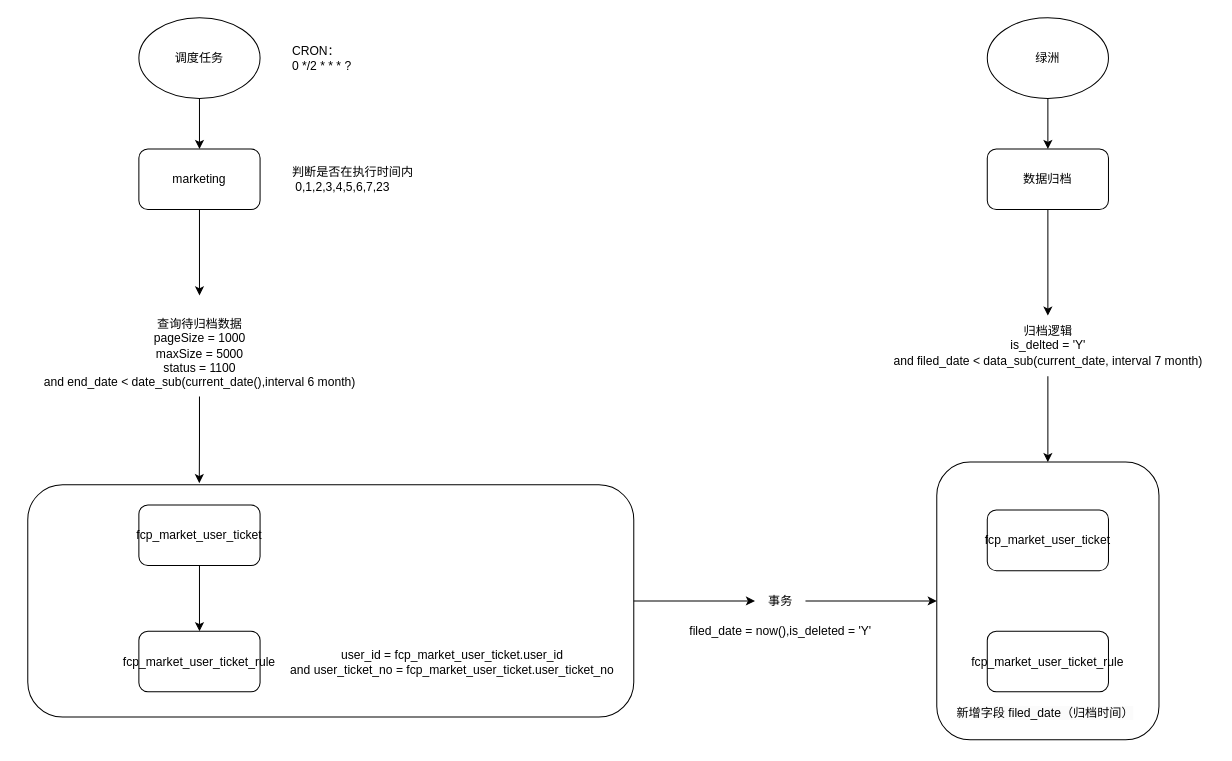
This is marketing/用户券归档JOB/job.drawio from gjie1991/draw, a draw.io file, before an edit. Source tidied: cells renumbered, new cells numbered last; positions are measured from the earlier drawing's top-left corner, leaving out a move shared by most shapes. Both pictures are drawn from the tidied source at 101%, with x=0, y=0 at pixel (27, 17).
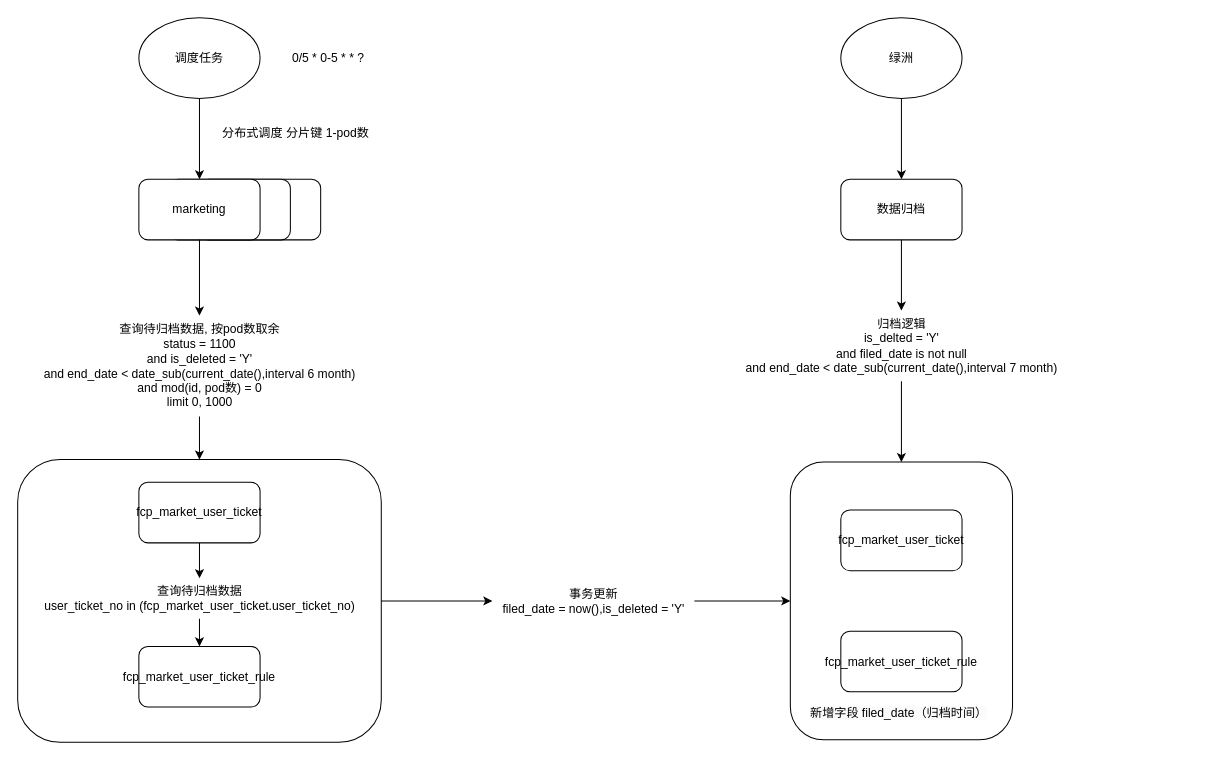
Above is the later version.

Diff of the diagram source:
```diff
@@
+    <mxCell id="29" style="rounded=1;whiteSpace=wrap;html=1;" parent="1" vertex="1">
+      <mxGeometry x="170" y="160" width="120" height="60" as="geometry" />
+    </mxCell>
+    <mxCell id="30" style="rounded=1;whiteSpace=wrap;html=1;" parent="1" vertex="1">
+      <mxGeometry x="140" y="160" width="120" height="60" as="geometry" />
+    </mxCell>
     <mxCell id="2" style="rounded=1;whiteSpace=wrap;html=1;" parent="1" vertex="1">
-      <mxGeometry y="462.5" width="600" height="230" as="geometry" />
+      <mxGeometry x="-10" y="437.5" width="360" height="280" as="geometry" />
     </mxCell>
     <mxCell id="3" style="rounded=1;whiteSpace=wrap;html=1;" parent="1" vertex="1">
-      <mxGeometry x="900" y="440" width="220" height="275" as="geometry" />
+      <mxGeometry x="755" y="440" width="220" height="275" as="geometry" />
     </mxCell>
@@
-    <mxCell id="7" value="判断是否在执行时间内&lt;br&gt;&amp;nbsp;0,1,2,3,4,5,6,7,23&amp;nbsp;" style="text;html=1;align=left;verticalAlign=middle;strokeColor=none;fillColor=none;" parent="1" vertex="1">
-      <mxGeometry x="260" y="140" width="140" height="40" as="geometry" />
-    </mxCell>
-    <mxCell id="8" style="edgeStyle=orthogonalEdgeStyle;rounded=0;jettySize=auto;html=1;entryX=0.283;entryY=-0.007;entryDx=0;entryDy=0;entryPerimeter=0;" parent="1" edge="1" source="26" target="2">
+    <mxCell id="8" style="edgeStyle=orthogonalEdgeStyle;rounded=0;jettySize=auto;html=1;entryX=0.5;entryY=0;entryDx=0;entryDy=0;" parent="1" edge="1" source="26" target="2">
       <mxGeometry relative="1" as="geometry" />
     </mxCell>
     <mxCell id="9" value="marketing" style="rounded=1;whiteSpace=wrap;html=1;" parent="1" vertex="1">
-      <mxGeometry x="110" y="130" width="120" height="60" as="geometry" />
+      <mxGeometry x="110" y="160" width="120" height="60" as="geometry" />
     </mxCell>
-    <mxCell id="10" style="edgeStyle=orthogonalEdgeStyle;rounded=0;jettySize=auto;html=1;entryX=0.5;entryY=0;entryDx=0;entryDy=0;" parent="1" edge="1" source="11" target="12">
+    <mxCell id="10" style="edgeStyle=orthogonalEdgeStyle;rounded=0;jettySize=auto;html=1;entryX=0.5;entryY=0;entryDx=0;entryDy=0;" parent="1" edge="1" source="13" target="12">
       <mxGeometry relative="1" as="geometry" />
     </mxCell>
     <mxCell id="11" value="fcp_market_user_ticket" style="rounded=1;whiteSpace=wrap;html=1;" parent="1" vertex="1">
-      <mxGeometry x="110" y="482.5" width="120" height="60" as="geometry" />
+      <mxGeometry x="110" y="460" width="120" height="60" as="geometry" />
     </mxCell>
     <mxCell id="12" value="fcp_market_user_ticket_rule" style="rounded=1;whiteSpace=wrap;html=1;" parent="1" vertex="1">
-      <mxGeometry x="110" y="607.5" width="120" height="60" as="geometry" />
+      <mxGeometry x="110" y="622.5" width="120" height="60" as="geometry" />
     </mxCell>
-    <mxCell id="13" value="user_id =&amp;nbsp;fcp_market_user_ticket.user_id&lt;br&gt;and user_ticket_no = fcp_market_user_ticket.user_ticket_no" style="text;html=1;align=center;verticalAlign=middle;points=[];strokeColor=none;fillColor=none;" parent="1" vertex="1">
-      <mxGeometry x="250" y="617.5" width="340" height="40" as="geometry" />
-    </mxCell>
     <mxCell id="14" value="fcp_market_user_ticket" style="rounded=1;whiteSpace=wrap;html=1;" parent="1" vertex="1">
-      <mxGeometry x="950" y="487.5" width="120" height="60" as="geometry" />
+      <mxGeometry x="805" y="487.5" width="120" height="60" as="geometry" />
     </mxCell>
     <mxCell id="15" value="fcp_market_user_ticket_rule" style="rounded=1;whiteSpace=wrap;html=1;" parent="1" vertex="1">
-      <mxGeometry x="950" y="607.5" width="120" height="60" as="geometry" />
+      <mxGeometry x="805" y="607.5" width="120" height="60" as="geometry" />
     </mxCell>
-    <mxCell id="16" value="filed_date = now(),is_deleted = 'Y'" style="text;html=1;align=center;verticalAlign=middle;strokeColor=none;fillColor=none;" parent="1" vertex="1">
-      <mxGeometry x="645" y="592.5" width="200" height="30" as="geometry" />
-    </mxCell>
@@
     <mxCell id="18" value="绿洲" style="ellipse;whiteSpace=wrap;html=1;" parent="1" vertex="1">
-      <mxGeometry x="950" width="120" height="80" as="geometry" />
+      <mxGeometry x="805" width="120" height="80" as="geometry" />
     </mxCell>
@@
     <mxCell id="20" value="数据归档" style="rounded=1;whiteSpace=wrap;html=1;" parent="1" vertex="1">
-      <mxGeometry x="950" y="130" width="120" height="60" as="geometry" />
+      <mxGeometry x="805" y="160" width="120" height="60" as="geometry" />
     </mxCell>
@@
-    <mxCell id="22" value="事务" style="text;html=1;align=center;verticalAlign=middle;points=[];strokeColor=none;fillColor=none;" parent="1" vertex="1">
-      <mxGeometry x="720" y="562.5" width="50" height="30" as="geometry" />
+    <mxCell id="22" value="事务更新&lt;br&gt;filed_date = now(),is_deleted = 'Y'" style="text;html=1;align=center;verticalAlign=middle;points=[];strokeColor=none;fillColor=none;" parent="1" vertex="1">
+      <mxGeometry x="460" y="557.5" width="200" height="40" as="geometry" />
     </mxCell>
@@
-    <mxCell id="24" value="归档逻辑&lt;br&gt;is_delted = 'Y'&lt;br&gt;and filed_date &amp;lt; data_sub(current_date, interval 7 month)" style="text;html=1;align=center;verticalAlign=middle;points=[];strokeColor=none;fillColor=none;" parent="1" vertex="1">
-      <mxGeometry x="845" y="295" width="330" height="60" as="geometry" />
+    <mxCell id="24" value="归档逻辑&lt;br&gt;is_delted = 'Y'&lt;br&gt;and filed_date is not null&lt;br&gt;and end_date &amp;lt; date_sub(current_date(),interval 7 month)" style="text;html=1;align=center;verticalAlign=middle;points=[];strokeColor=none;fillColor=none;" parent="1" vertex="1">
+      <mxGeometry x="700" y="290" width="330" height="70" as="geometry" />
     </mxCell>
@@
-    <mxCell id="26" value="&lt;font style=&quot;font-size: 12px;&quot;&gt;&lt;br&gt;查询待归档数据&lt;br style=&quot;border-color: var(--border-color);&quot;&gt;pageSize = 1000&lt;br style=&quot;border-color: var(--border-color);&quot;&gt;maxSize = 5000&lt;br&gt;status = 1100&lt;br style=&quot;border-color: var(--border-color); font-family: Arial, sans-serif; text-align: start;&quot;&gt;&lt;span style=&quot;font-family: Arial, sans-serif; text-align: start;&quot;&gt;and end_date &amp;lt; date_sub(current_date(),&lt;/span&gt;&lt;span style=&quot;font-family: Arial, sans-serif; text-align: start;&quot;&gt;interval 6 month)&lt;/span&gt;&lt;/font&gt;" style="text;html=1;align=center;verticalAlign=middle;points=[];strokeColor=none;fillColor=none;" parent="1" vertex="1">
-      <mxGeometry x="5" y="275" width="330" height="100" as="geometry" />
+    <mxCell id="26" value="&lt;font style=&quot;font-size: 12px;&quot;&gt;查询待归档数据, 按pod数取余&lt;br&gt;status = 1100&lt;br&gt;and is_deleted = 'Y'&lt;br style=&quot;border-color: var(--border-color); font-family: Arial, sans-serif; text-align: start;&quot;&gt;&lt;span style=&quot;font-family: Arial, sans-serif; text-align: start;&quot;&gt;and end_date &amp;lt; date_sub(current_date(),&lt;/span&gt;interval 6 month)&lt;br&gt;and mod(id, pod数) = 0&lt;br&gt;limit 0, 1000&lt;span style=&quot;font-family: Arial, sans-serif; text-align: start;&quot;&gt;&lt;br&gt;&lt;/span&gt;&lt;/font&gt;" style="text;html=1;align=center;verticalAlign=middle;points=[];strokeColor=none;fillColor=none;" parent="1" vertex="1">
+      <mxGeometry x="5" y="295" width="330" height="100" as="geometry" />
     </mxCell>
-    <mxCell id="27" value="CRON：&lt;br&gt;0 */2 * * * ?" style="text;html=1;align=left;verticalAlign=middle;strokeColor=none;fillColor=none;" parent="1" vertex="1">
-      <mxGeometry x="260" y="20" width="80" height="40" as="geometry" />
+    <mxCell id="27" value="0/5 * 0-5 * * ?" style="text;html=1;align=left;verticalAlign=middle;strokeColor=none;fillColor=none;" parent="1" vertex="1">
+      <mxGeometry x="260" y="25" width="90" height="30" as="geometry" />
     </mxCell>
     <mxCell id="28" value="&lt;span style=&quot;color: rgb(0, 0, 0); font-family: Helvetica; font-size: 12px; font-style: normal; font-variant-ligatures: normal; font-variant-caps: normal; font-weight: 400; letter-spacing: normal; orphans: 2; text-align: center; text-indent: 0px; text-transform: none; widows: 2; word-spacing: 0px; -webkit-text-stroke-width: 0px; background-color: rgb(251, 251, 251); text-decoration-thickness: initial; text-decoration-style: initial; text-decoration-color: initial; float: none; display: inline !important;&quot;&gt;新增字段 filed_date（归档时间）&lt;/span&gt;" style="text;whiteSpace=wrap;html=1;" parent="1" vertex="1">
-      <mxGeometry x="917.5" y="675" width="185" height="40" as="geometry" />
+      <mxGeometry x="772.5" y="675" width="185" height="40" as="geometry" />
     </mxCell>
+    <mxCell id="31" value="分布式调度 分片键 1-pod数" style="text;html=1;align=center;verticalAlign=middle;strokeColor=none;fillColor=none;" parent="1" vertex="1">
+      <mxGeometry x="180" y="100" width="170" height="30" as="geometry" />
+    </mxCell>
+    <mxCell id="32" style="edgeStyle=orthogonalEdgeStyle;rounded=0;jettySize=auto;html=1;entryX=0.5;entryY=0;entryDx=0;entryDy=0;" parent="1" edge="1" source="11" target="13">
+      <mxGeometry relative="1" as="geometry" />
+    </mxCell>
+    <mxCell id="13" value="查询待归档数据&lt;br&gt;user_ticket_no in (fcp_market_user_ticket.user_ticket_no)" style="text;html=1;align=center;verticalAlign=middle;points=[];strokeColor=none;fillColor=none;" parent="1" vertex="1">
+      <mxGeometry x="5" y="555" width="330" height="40" as="geometry" />
+    </mxCell>
```
